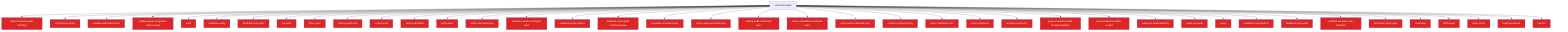
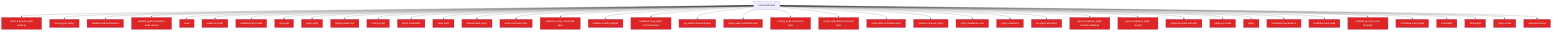
flowchart TD
  Untrusted["Untrusted input"]
  check_harness_audit_tracking_33e6a72e["check-harness-audit-tracking"]
  Untrusted --> check_harness_audit_tracking_33e6a72e
  check_types_policy_cfbecf01["check-types-policy"]
  Untrusted --> check_types_policy_cfbecf01
  validate_audit_references_811f872a["validate-audit-references"]
  Untrusted --> validate_audit_references_811f872a
  validate_goal_completion_audit_receipt_100d252c["validate-goal-completion-audit-receipt"]
  Untrusted --> validate_goal_completion_audit_receipt_100d252c
  audit_b81f37a0["audit"]
  Untrusted --> audit_b81f37a0
  evidence_verify_3b73c290["evidence-verify"]
  Untrusted --> evidence_verify_3b73c290
  feedback_loop_audit_0ac0ec9d["feedback-loop-audit"]
  Untrusted --> feedback_loop_audit_0ac0ec9d
  org_audit_d739e44b["org-audit"]
  Untrusted --> org_audit_d739e44b
  policy_gate_213f7313["policy-gate"]
  Untrusted --> policy_gate_213f7313
  tooling_audit_core_328d6a41["tooling-audit-core"]
  Untrusted --> tooling_audit_core_328d6a41
  tooling_audit_8a8239ff["tooling-audit"]
  Untrusted --> tooling_audit_8a8239ff
  verify_coderabbit_490b4e71["verify-coderabbit"]
  Untrusted --> verify_coderabbit_490b4e71
  verify_work_df70ecac["verify-work"]
  Untrusted --> verify_work_df70ecac
+   shared_state_policy_edc9c4db["shared-state-policy"]
+   Untrusted --> shared_state_policy_edc9c4db
  audit_command_spec_5acf0149["audit-command-spec"]
  Untrusted --> audit_command_spec_5acf0149
  evidence_verify_command_spec_e1cbfea2["evidence-verify-command-spec"]
  Untrusted --> evidence_verify_command_spec_e1cbfea2
  evidence_verify_options_3505c520["evidence-verify-options"]
  Untrusted --> evidence_verify_options_3505c520
  feedback_loop_audit_command_spec_27e599c4["feedback-loop-audit-command-spec"]
  Untrusted --> feedback_loop_audit_command_spec_27e599c4
  org_audit_command_spec_1a570341["org-audit-command-spec"]
  Untrusted --> org_audit_command_spec_1a570341
  policy_gate_command_spec_71e8726a["policy-gate-command-spec"]
  Untrusted --> policy_gate_command_spec_71e8726a
  tooling_audit_command_spec_e0e57863["tooling-audit-command-spec"]
  Untrusted --> tooling_audit_command_spec_e0e57863
  verify_coderabbit_command_spec_68cc9ec5["verify-coderabbit-command-spec"]
  Untrusted --> verify_coderabbit_command_spec_68cc9ec5
  verify_work_command_spec_d6c94ac8["verify-work-command-spec"]
  Untrusted --> verify_work_command_spec_d6c94ac8
  context_compact_policy_3dcaf95d["context-compact-policy"]
  Untrusted --> context_compact_policy_3dcaf95d
  policy_validators_core_714a3fe7["policy-validators-core"]
  Untrusted --> policy_validators_core_714a3fe7
  policy_validators_6682e192["policy-validators"]
  Untrusted --> policy_validators_6682e192
  he_gate_trust_policy_b1126dfd["he-gate-trust-policy"]
  Untrusted --> he_gate_trust_policy_b1126dfd
  goal_completion_audit_receipt_validation_9d0f4891["goal-completion-audit-receipt-validation"]
  Untrusted --> goal_completion_audit_receipt_validation_9d0f4891
  goal_completion_audit_receipt_5e4939c3["goal-completion-audit-receipt"]
  Untrusted --> goal_completion_audit_receipt_5e4939c3
  judge_pm_audit_authority_c311b050["judge-pm-audit-authority"]
  Untrusted --> judge_pm_audit_authority_c311b050
  judge_pm_audit_ccd20b35["judge-pm-audit"]
  Untrusted --> judge_pm_audit_ccd20b35
  policy_823412d1["policy"]
  Untrusted --> policy_823412d1
  feedback_loop_audit_cli_fd8f38dc["feedback-loop-audit-cli"]
  Untrusted --> feedback_loop_audit_cli_fd8f38dc
  feedback_loop_audit_1_c7be4304["feedback-loop-audit"]
  Untrusted --> feedback_loop_audit_1_c7be4304
  scaffold_security_scan_template_55bc7465["scaffold-security-scan-template"]
  Untrusted --> scaffold_security_scan_template_55bc7465
  normalise_policy_gate_90229693["normalise-policy-gate"]
  Untrusted --> normalise_policy_gate_90229693
  cardinality_ebef8aff["cardinality"]
  Untrusted --> cardinality_ebef8aff
  diff_budget_1_9f85eb1c["diff-budget"]
  Untrusted --> diff_budget_1_9f85eb1c
  policy_chain_0c92e343["policy-chain"]
  Untrusted --> policy_chain_0c92e343
  required_checks_46396214["required-checks"]
  Untrusted --> required_checks_46396214
-   risk_tier_1_96b6ff91["risk-tier"]
-   Untrusted --> risk_tier_1_96b6ff91
  classDef securityNode fill:#dc2626,color:#fff
-   class check_harness_audit_tracking_33e6a72e,check_types_policy_cfbecf01,validate_audit_references_811f872a,validate_goal_completion_audit_receipt_100d252c,audit_b81f37a0,evidence_verify_3b73c290,feedback_loop_audit_0ac0ec9d,org_audit_d739e44b,policy_gate_213f7313,tooling_audit_core_328d6a41,tooling_audit_8a8239ff,verify_coderabbit_490b4e71,verify_work_df70ecac,audit_command_spec_5acf0149,evidence_verify_command_spec_e1cbfea2,evidence_verify_options_3505c520,feedback_loop_audit_command_spec_27e599c4,org_audit_command_spec_1a570341,policy_gate_command_spec_71e8726a,tooling_audit_command_spec_e0e57863,verify_coderabbit_command_spec_68cc9ec5,verify_work_command_spec_d6c94ac8,context_compact_policy_3dcaf95d,policy_validators_core_714a3fe7,policy_validators_6682e192,he_gate_trust_policy_b1126dfd,goal_completion_audit_receipt_validation_9d0f4891,goal_completion_audit_receipt_5e4939c3,judge_pm_audit_authority_c311b050,judge_pm_audit_ccd20b35,policy_823412d1,feedback_loop_audit_cli_fd8f38dc,feedback_loop_audit_1_c7be4304,scaffold_security_scan_template_55bc7465,normalise_policy_gate_90229693,cardinality_ebef8aff,diff_budget_1_9f85eb1c,policy_chain_0c92e343,required_checks_46396214,risk_tier_1_96b6ff91 securityNode
+   class check_harness_audit_tracking_33e6a72e,check_types_policy_cfbecf01,validate_audit_references_811f872a,validate_goal_completion_audit_receipt_100d252c,audit_b81f37a0,evidence_verify_3b73c290,feedback_loop_audit_0ac0ec9d,org_audit_d739e44b,policy_gate_213f7313,tooling_audit_core_328d6a41,tooling_audit_8a8239ff,verify_coderabbit_490b4e71,verify_work_df70ecac,shared_state_policy_edc9c4db,audit_command_spec_5acf0149,evidence_verify_command_spec_e1cbfea2,evidence_verify_options_3505c520,feedback_loop_audit_command_spec_27e599c4,org_audit_command_spec_1a570341,policy_gate_command_spec_71e8726a,tooling_audit_command_spec_e0e57863,verify_coderabbit_command_spec_68cc9ec5,verify_work_command_spec_d6c94ac8,context_compact_policy_3dcaf95d,policy_validators_core_714a3fe7,policy_validators_6682e192,he_gate_trust_policy_b1126dfd,goal_completion_audit_receipt_validation_9d0f4891,goal_completion_audit_receipt_5e4939c3,judge_pm_audit_authority_c311b050,judge_pm_audit_ccd20b35,policy_823412d1,feedback_loop_audit_cli_fd8f38dc,feedback_loop_audit_1_c7be4304,scaffold_security_scan_template_55bc7465,normalise_policy_gate_90229693,cardinality_ebef8aff,diff_budget_1_9f85eb1c,policy_chain_0c92e343,required_checks_46396214 securityNode
